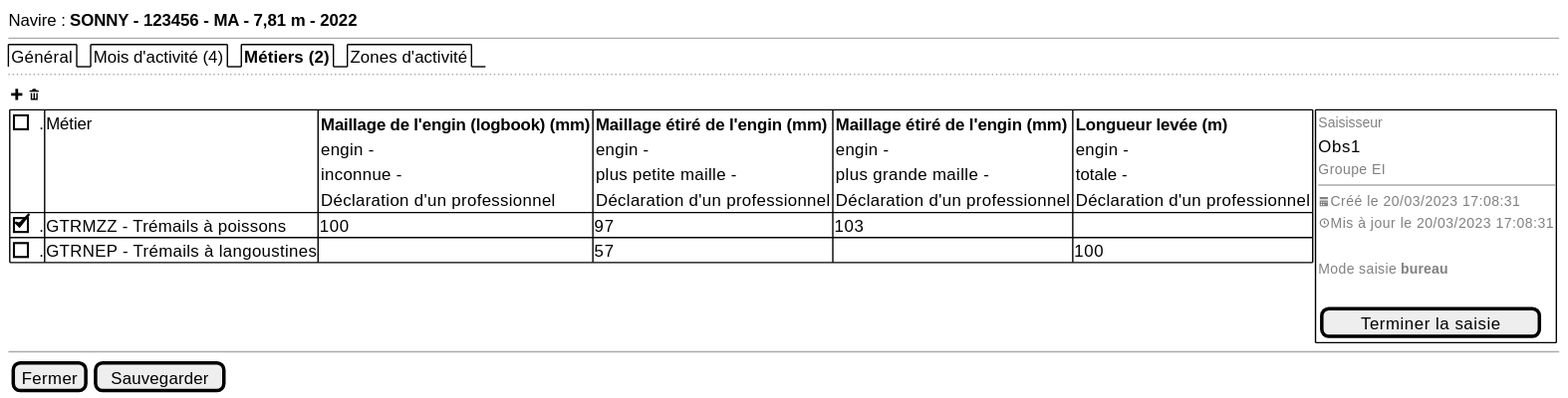
Above: projects/activity-calendar/spe/images/activity-calendar-metiers.svg in sumaris-net/sumaris-doc (PlantUML), before the change. Its diagram source:
```plantuml
@startsalt
{
  Navire : <b>SONNY - 123456 - MA - 7,81 m - 2022
  --
  {/ Général | Mois d'activité (4) | <b>Métiers (2) | Zones d'activité}
  ..
  { <&plus> <&trash> }
  {
  {# [ ]. |Métier | {<b>Maillage de l'engin (logbook) (mm)
                engin -
                inconnue -
                Déclaration d'un professionnel} |
              {<b>Maillage étiré de l'engin (mm)
                engin -
                plus petite maille -
                Déclaration d'un professionnel} |
              {<b>Maillage étiré de l'engin (mm)
                engin -
                plus grande maille -
                Déclaration d'un professionnel} |
              {<b>Longueur levée (m)
                engin -
                totale -
                Déclaration d'un professionnel}
     [X]. | GTRMZZ - Trémails à poissons | 100 | 97 | 103 | .
     [ ]. | GTRNEP - Trémails à langoustines | . | 57 | . | 100
  } | {+
              { <font color=grey size=10>Saisisseur
              Obs1
              <font color=grey size=10>Groupe EI
              --
              <font color=grey size=10><&calendar>Créé le 20/03/2023 17:08:31
              <font color=grey size=10><&clock>Mis à jour le 20/03/2023 17:08:31
              .
              <font color=grey size=10>Mode saisie <b>bureau
              .
              [ Terminer la saisie]
              }}}
  --
  { [Fermer] | [Sauvegarder] }
}
@endsalt
```
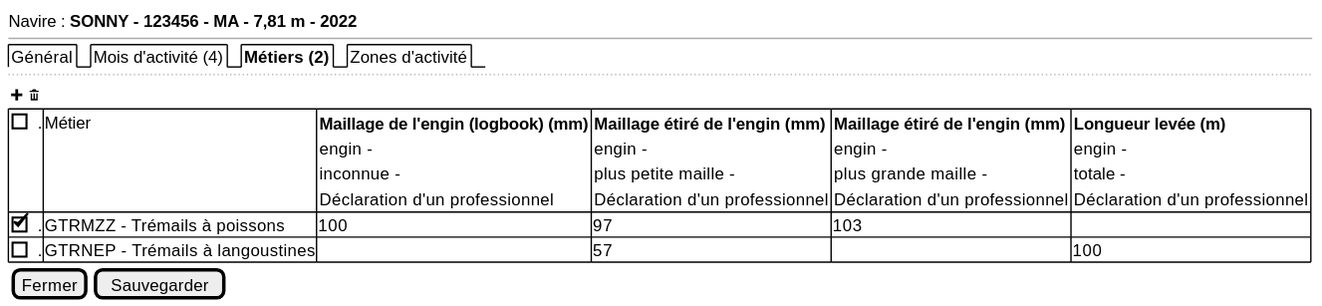
Above is the later version.

The edit, as a diff of the source:
```diff
@@ -5,7 +5,6 @@
   {/ Général | Mois d'activité (4) | <b>Métiers (2) | Zones d'activité}
   ..
   { <&plus> <&trash> }
-  {
   {# [ ]. |Métier | {<b>Maillage de l'engin (logbook) (mm)
                 engin -
                 inconnue -
@@ -24,19 +23,8 @@
                 Déclaration d'un professionnel}
      [X]. | GTRMZZ - Trémails à poissons | 100 | 97 | 103 | .
      [ ]. | GTRNEP - Trémails à langoustines | . | 57 | . | 100
-  } | {+
-              { <font color=grey size=10>Saisisseur
-              Obs1
-              <font color=grey size=10>Groupe EI
-              --
-              <font color=grey size=10><&calendar>Créé le 20/03/2023 17:08:31
-              <font color=grey size=10><&clock>Mis à jour le 20/03/2023 17:08:31
-              .
-              <font color=grey size=10>Mode saisie <b>bureau
-              .
-              [ Terminer la saisie]
-              }}}
-  --
+  }
+
   { [Fermer] | [Sauvegarder] }
 }
 @endsalt
```
